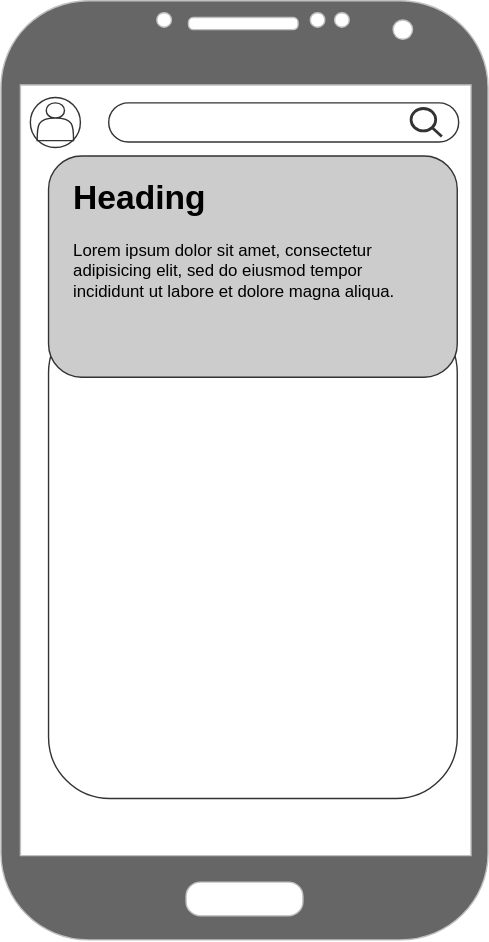
The draw.io diagram readmeAssets/postDetails.svg in pranavm7/UniConnect, before a commit. Source tidied: cells renumbered, new cells last; positions are measured from the earlier drawing's top-left corner, leaving out a move shared by most shapes. Its diagram source:
```xml
<mxGraphModel>
  <root>
    <mxCell id="0" />
    <mxCell id="1" parent="0" />
    <mxCell id="2" style="rounded=1;whiteSpace=wrap;html=1;strokeColor=#333333;fillColor=#FFFFFF;" parent="1" vertex="1">
      <mxGeometry x="34" y="222" width="292" height="348" as="geometry" />
    </mxCell>
    <mxCell id="3" style="verticalLabelPosition=bottom;verticalAlign=top;html=1;shadow=0;dashed=0;strokeWidth=1;shape=mxgraph.android.phone2;strokeColor=#c0c0c0;fillColor=#666666;" parent="1" vertex="1">
      <mxGeometry width="348" height="671" as="geometry" />
    </mxCell>
    <mxCell id="4" style="rounded=1;whiteSpace=wrap;html=1;strokeColor=#333333;fillColor=#CCCCCC;" parent="1" vertex="1">
      <mxGeometry x="34" y="111" width="292" height="158" as="geometry" />
    </mxCell>
    <mxCell id="5" value="&lt;h1&gt;Heading&lt;/h1&gt;&lt;p&gt;Lorem ipsum dolor sit amet, consectetur adipisicing elit, sed do eiusmod tempor incididunt ut labore et dolore magna aliqua.&lt;/p&gt;" style="text;html=1;strokeColor=none;fillColor=none;spacing=5;spacingTop=-20;whiteSpace=wrap;overflow=hidden;rounded=0;" parent="1" vertex="1">
      <mxGeometry x="46.5" y="121" width="255" height="137" as="geometry" />
    </mxCell>
    <mxCell id="6" style="rounded=1;whiteSpace=wrap;html=1;strokeColor=#333333;fillColor=none;arcSize=50;" parent="1" vertex="1">
      <mxGeometry x="77" y="73" width="250" height="28" as="geometry" />
    </mxCell>
    <mxCell id="7" style="html=1;verticalLabelPosition=bottom;align=center;labelBackgroundColor=#ffffff;verticalAlign=top;strokeWidth=2;strokeColor=#333333;shadow=0;dashed=0;shape=mxgraph.ios7.icons.looking_glass;fillColor=#FFFFFF;" parent="1" vertex="1">
      <mxGeometry x="293" y="77" width="22" height="20" as="geometry" />
    </mxCell>
    <mxCell id="8" style="shape=actor;whiteSpace=wrap;html=1;strokeColor=#333333;fillColor=#FFFFFF;" parent="1" vertex="1">
      <mxGeometry x="25.9" y="73" width="26" height="27" as="geometry" />
    </mxCell>
    <mxCell id="9" style="ellipse;whiteSpace=wrap;html=1;strokeColor=#333333;fillColor=none;rotation=-180;" parent="1" vertex="1">
      <mxGeometry x="21" y="69.1" width="35.8" height="35.8" as="geometry" />
    </mxCell>
  </root>
</mxGraphModel>
```
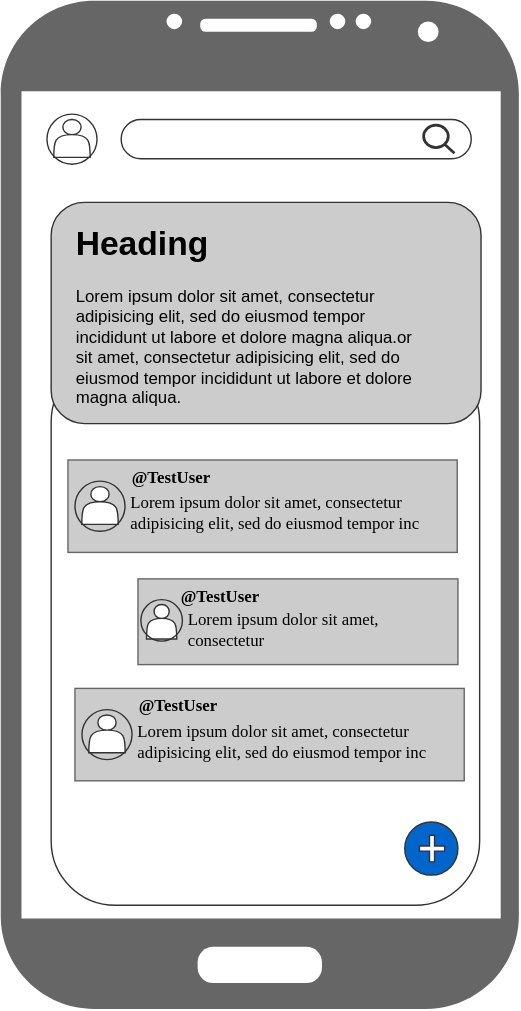
After the change.

Diff of the diagram source:
```diff
@@ -3,28 +3,97 @@
     <mxCell id="0" />
     <mxCell id="1" parent="0" />
     <mxCell id="2" style="rounded=1;whiteSpace=wrap;html=1;strokeColor=#333333;fillColor=#FFFFFF;" parent="1" vertex="1">
-      <mxGeometry x="34" y="222" width="292" height="348" as="geometry" />
+      <mxGeometry x="34" y="222" width="306" height="391" as="geometry" />
     </mxCell>
-    <mxCell id="3" style="verticalLabelPosition=bottom;verticalAlign=top;html=1;shadow=0;dashed=0;strokeWidth=1;shape=mxgraph.android.phone2;strokeColor=#c0c0c0;fillColor=#666666;" parent="1" vertex="1">
-      <mxGeometry width="348" height="671" as="geometry" />
-    </mxCell>
+    <mxCell id="10" style="rounded=0;whiteSpace=wrap;html=1;fontFamily=Times New Roman;fillColor=#CCCCCC;fontColor=#333333;strokeColor=#666666;" parent="1" vertex="1">
+      <mxGeometry x="46" y="295" width="278" height="66" as="geometry" />
+    </mxCell>
     <mxCell id="4" style="rounded=1;whiteSpace=wrap;html=1;strokeColor=#333333;fillColor=#CCCCCC;" parent="1" vertex="1">
-      <mxGeometry x="34" y="111" width="292" height="158" as="geometry" />
+      <mxGeometry x="34" y="111" width="307" height="158" as="geometry" />
     </mxCell>
-    <mxCell id="5" value="&lt;h1&gt;Heading&lt;/h1&gt;&lt;p&gt;Lorem ipsum dolor sit amet, consectetur adipisicing elit, sed do eiusmod tempor incididunt ut labore et dolore magna aliqua.&lt;/p&gt;" style="text;html=1;strokeColor=none;fillColor=none;spacing=5;spacingTop=-20;whiteSpace=wrap;overflow=hidden;rounded=0;" parent="1" vertex="1">
+    <mxCell id="5" value="&lt;h1&gt;Heading&lt;/h1&gt;&lt;p&gt;Lorem ipsum dolor sit amet, consectetur adipisicing elit, sed do eiusmod tempor incididunt ut labore et dolore magna aliqua.or sit amet, consectetur adipisicing elit, sed do eiusmod tempor incididunt ut labore et dolore magna aliqua.&lt;/p&gt;" style="text;html=1;strokeColor=none;fillColor=none;spacing=5;spacingTop=-20;whiteSpace=wrap;overflow=hidden;rounded=0;" parent="1" vertex="1">
       <mxGeometry x="46.5" y="121" width="255" height="137" as="geometry" />
     </mxCell>
+    <mxCell id="11" style="verticalLabelPosition=bottom;verticalAlign=top;html=1;shadow=0;dashed=0;strokeWidth=1;shape=mxgraph.android.phone2;strokeColor=none;fillColor=#666666;" parent="1" vertex="1">
+      <mxGeometry x="-2" y="-33" width="370" height="720" as="geometry" />
+    </mxCell>
+    <mxCell id="12" style="group;" parent="1" vertex="1">
+      <mxGeometry x="31" y="48" width="35.8" height="35.8" as="geometry" />
+    </mxCell>
+    <mxCell id="8" style="shape=actor;whiteSpace=wrap;html=1;strokeColor=#333333;fillColor=#FFFFFF;" parent="12" vertex="1">
+      <mxGeometry x="4.9" y="3.9" width="26" height="27" as="geometry" />
+    </mxCell>
+    <mxCell id="9" style="ellipse;whiteSpace=wrap;html=1;strokeColor=#333333;fillColor=none;rotation=-180;" parent="12" vertex="1">
+      <mxGeometry width="35.8" height="35.8" as="geometry" />
+    </mxCell>
+    <mxCell id="13" style="group;" parent="1" vertex="1">
+      <mxGeometry x="84" y="51.9" width="250" height="28" as="geometry" />
+    </mxCell>
-    <mxCell id="6" style="rounded=1;whiteSpace=wrap;html=1;strokeColor=#333333;fillColor=none;arcSize=50;" parent="1" vertex="1">
-      <mxGeometry x="77" y="73" width="250" height="28" as="geometry" />
+    <mxCell id="6" style="rounded=1;whiteSpace=wrap;html=1;strokeColor=#333333;fillColor=none;arcSize=50;" parent="13" vertex="1">
+      <mxGeometry width="250" height="28" as="geometry" />
     </mxCell>
-    <mxCell id="7" style="html=1;verticalLabelPosition=bottom;align=center;labelBackgroundColor=#ffffff;verticalAlign=top;strokeWidth=2;strokeColor=#333333;shadow=0;dashed=0;shape=mxgraph.ios7.icons.looking_glass;fillColor=#FFFFFF;" parent="1" vertex="1">
-      <mxGeometry x="293" y="77" width="22" height="20" as="geometry" />
+    <mxCell id="7" style="html=1;verticalLabelPosition=bottom;align=center;labelBackgroundColor=#ffffff;verticalAlign=top;strokeWidth=2;strokeColor=#333333;shadow=0;dashed=0;shape=mxgraph.ios7.icons.looking_glass;fillColor=#FFFFFF;" parent="13" vertex="1">
+      <mxGeometry x="216" y="4" width="22" height="20" as="geometry" />
     </mxCell>
-    <mxCell id="8" style="shape=actor;whiteSpace=wrap;html=1;strokeColor=#333333;fillColor=#FFFFFF;" parent="1" vertex="1">
-      <mxGeometry x="25.9" y="73" width="26" height="27" as="geometry" />
-    </mxCell>
-    <mxCell id="9" style="ellipse;whiteSpace=wrap;html=1;strokeColor=#333333;fillColor=none;rotation=-180;" parent="1" vertex="1">
-      <mxGeometry x="21" y="69.1" width="35.8" height="35.8" as="geometry" />
-    </mxCell>
+    <mxCell id="14" style="group;fillColor=none;" parent="1" vertex="1">
+      <mxGeometry x="51" y="310.1" width="35.8" height="35.8" as="geometry" />
+    </mxCell>
+    <mxCell id="15" style="shape=actor;whiteSpace=wrap;html=1;strokeColor=#333333;fillColor=#FFFFFF;" parent="14" vertex="1">
+      <mxGeometry x="4.9" y="3.9" width="26" height="27" as="geometry" />
+    </mxCell>
+    <mxCell id="16" style="ellipse;whiteSpace=wrap;html=1;strokeColor=#333333;fillColor=none;rotation=-180;" parent="14" vertex="1">
+      <mxGeometry width="35.8" height="35.8" as="geometry" />
+    </mxCell>
+    <mxCell id="17" value="&lt;b&gt;&lt;font face=&quot;Times New Roman&quot;&gt;@TestUser&lt;/font&gt;&lt;/b&gt;" style="text;html=1;strokeColor=none;fillColor=none;align=center;verticalAlign=middle;whiteSpace=wrap;rounded=0;" parent="1" vertex="1">
+      <mxGeometry x="84" y="292.9" width="72" height="30" as="geometry" />
+    </mxCell>
+    <mxCell id="18" value="&lt;div align=&quot;left&quot;&gt;Lorem ipsum dolor sit amet, consectetur adipisicing elit, sed do eiusmod tempor inc&lt;/div&gt;" style="text;html=1;strokeColor=none;fillColor=none;align=left;verticalAlign=middle;whiteSpace=wrap;rounded=0;fontFamily=Times New Roman;" parent="1" vertex="1">
+      <mxGeometry x="89" y="318" width="220" height="30" as="geometry" />
+    </mxCell>
+    <mxCell id="19" style="group;" parent="1" vertex="1">
+      <mxGeometry x="96" y="379" width="228.5" height="62.1" as="geometry" />
+    </mxCell>
+    <mxCell id="20" style="rounded=0;whiteSpace=wrap;html=1;fontFamily=Times New Roman;fillColor=#CCCCCC;fontColor=#333333;strokeColor=#666666;" parent="19" vertex="1">
+      <mxGeometry y="0.9" width="228.5" height="61.2" as="geometry" />
+    </mxCell>
+    <mxCell id="21" style="group;fillColor=none;" parent="19" vertex="1">
+      <mxGeometry x="2.1" y="15.7" width="29.7" height="32.6" as="geometry" />
+    </mxCell>
+    <mxCell id="22" style="shape=actor;whiteSpace=wrap;html=1;strokeColor=#333333;fillColor=#FFFFFF;" parent="21" vertex="1">
+      <mxGeometry x="4" y="3.5" width="21.6" height="24.6" as="geometry" />
+    </mxCell>
+    <mxCell id="23" style="ellipse;whiteSpace=wrap;html=1;strokeColor=#333333;fillColor=none;rotation=-180;" parent="21" vertex="1">
+      <mxGeometry width="29.7" height="29.7" as="geometry" />
+    </mxCell>
+    <mxCell id="24" value="&lt;b&gt;&lt;font face=&quot;Times New Roman&quot;&gt;@TestUser&lt;/font&gt;&lt;/b&gt;" style="text;html=1;strokeColor=none;fillColor=none;align=center;verticalAlign=middle;whiteSpace=wrap;rounded=0;" parent="19" vertex="1">
+      <mxGeometry x="29.4" width="59.7" height="27.4" as="geometry" />
+    </mxCell>
+    <mxCell id="25" value="&lt;div align=&quot;left&quot;&gt;Lorem ipsum dolor sit amet, consectetur&lt;/div&gt;" style="text;html=1;strokeColor=none;fillColor=none;align=left;verticalAlign=middle;whiteSpace=wrap;rounded=0;fontFamily=Times New Roman;" parent="19" vertex="1">
+      <mxGeometry x="33.6" y="22.9" width="182.5" height="27.4" as="geometry" />
+    </mxCell>
+    <mxCell id="26" style="rounded=0;whiteSpace=wrap;html=1;fontFamily=Times New Roman;fillColor=#CCCCCC;fontColor=#333333;strokeColor=#666666;" parent="1" vertex="1">
+      <mxGeometry x="51" y="458.1" width="278" height="66" as="geometry" />
+    </mxCell>
+    <mxCell id="27" style="group;fillColor=none;" parent="1" vertex="1">
+      <mxGeometry x="56" y="473.2" width="35.8" height="35.8" as="geometry" />
+    </mxCell>
+    <mxCell id="28" style="shape=actor;whiteSpace=wrap;html=1;strokeColor=#333333;fillColor=#FFFFFF;" parent="27" vertex="1">
+      <mxGeometry x="4.9" y="3.9" width="26" height="27" as="geometry" />
+    </mxCell>
+    <mxCell id="29" style="ellipse;whiteSpace=wrap;html=1;strokeColor=#333333;fillColor=none;rotation=-180;" parent="27" vertex="1">
+      <mxGeometry width="35.8" height="35.8" as="geometry" />
+    </mxCell>
+    <mxCell id="30" value="&lt;b&gt;&lt;font face=&quot;Times New Roman&quot;&gt;@TestUser&lt;/font&gt;&lt;/b&gt;" style="text;html=1;strokeColor=none;fillColor=none;align=center;verticalAlign=middle;whiteSpace=wrap;rounded=0;" parent="1" vertex="1">
+      <mxGeometry x="89" y="456" width="72" height="30" as="geometry" />
+    </mxCell>
+    <mxCell id="31" value="&lt;div align=&quot;left&quot;&gt;Lorem ipsum dolor sit amet, consectetur adipisicing elit, sed do eiusmod tempor inc&lt;/div&gt;" style="text;html=1;strokeColor=none;fillColor=none;align=left;verticalAlign=middle;whiteSpace=wrap;rounded=0;fontFamily=Times New Roman;" parent="1" vertex="1">
+      <mxGeometry x="94" y="481.1" width="220" height="30" as="geometry" />
+    </mxCell>
+    <mxCell id="32" style="ellipse;whiteSpace=wrap;html=1;strokeColor=#333333;fillColor=#0066CC;" parent="1" vertex="1">
+      <mxGeometry x="286.5" y="553.5" width="38" height="38" as="geometry" />
+    </mxCell>
+    <mxCell id="33" style="shape=cross;whiteSpace=wrap;html=1;strokeColor=#333333;fillColor=#FFFFFF;" parent="1" vertex="1">
+      <mxGeometry x="297" y="563" width="18" height="19" as="geometry" />
+    </mxCell>
   </root>
 </mxGraphModel>
```
